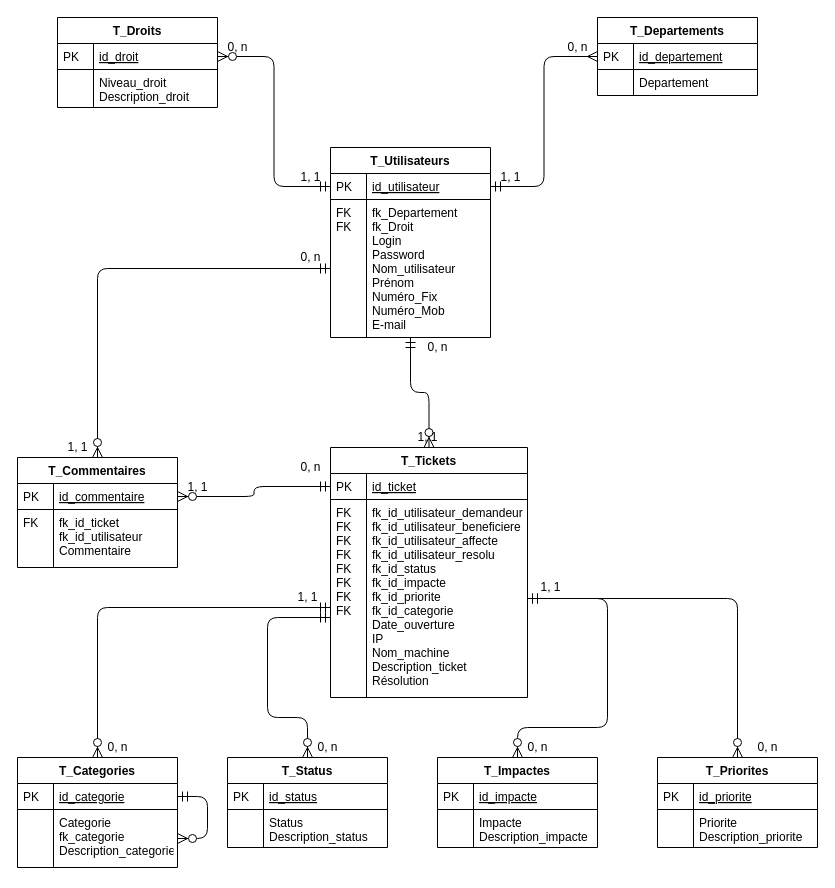
This is Base de données/MLD_MPTicket.drawio from Hero-Chan/Projet_Ticketing, a draw.io file, before an edit. Source tidied: cells renumbered, new cells numbered last; positions are measured from the earlier drawing's top-left corner, leaving out a move shared by most shapes. Both pictures are drawn from the tidied source at 100%, with x=0, y=0 at pixel (17, 17).
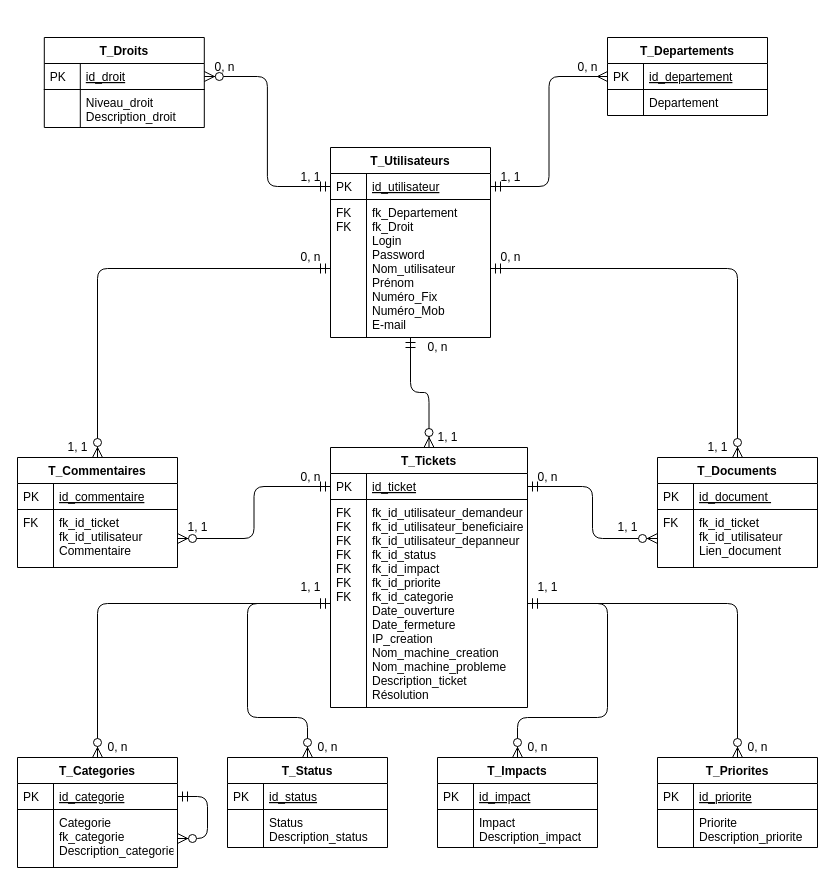
The same page after the edit.

Commit message:
Mettre à jour MLD_MPTicket.drawio

Unchanged cells that the change refers to:
```xml
<mxCell id="10" value="fk_Departement&#10;fk_Droit&#10;Login&#10;Password&#10;Nom_utilisateur&#10;Prénom&#10;Numéro_Fix&#10;Numéro_Mob&#10;E-mail" style="shape=partialRectangle;top=0;left=0;right=0;bottom=0;align=left;verticalAlign=top;fillColor=none;spacingLeft=40;spacingRight=4;overflow=hidden;points=[[0,0.5],[1,0.5]];portConstraint=eastwest;rounded=0;shadow=0;strokeWidth=1;" parent="7" vertex="1">
  <mxGeometry y="52" width="160" height="138" as="geometry" />
</mxCell>
<mxCell id="14" value="id_ticket" style="shape=partialRectangle;top=0;left=0;right=0;bottom=1;align=left;verticalAlign=top;fillColor=none;spacingLeft=40;spacingRight=4;overflow=hidden;points=[[0,0.5],[1,0.5]];portConstraint=eastwest;rounded=0;shadow=0;strokeWidth=1;fontStyle=4;" parent="13" vertex="1">
  <mxGeometry y="26" width="197" height="26" as="geometry" />
</mxCell>
<mxCell id="25" value="T_Categories" style="swimlane;fontStyle=1;horizontal=1;startSize=26;rounded=0;shadow=0;strokeWidth=1;" parent="1" vertex="1">
  <mxGeometry y="740" width="160" height="110" as="geometry" />
</mxCell>
<mxCell id="32" value="id_commentaire" style="shape=partialRectangle;top=0;left=0;right=0;bottom=1;align=left;verticalAlign=top;fillColor=none;spacingLeft=40;spacingRight=4;overflow=hidden;points=[[0,0.5],[1,0.5]];portConstraint=eastwest;rounded=0;shadow=0;strokeWidth=1;fontStyle=4;" parent="31" vertex="1">
  <mxGeometry y="26" width="160" height="26" as="geometry" />
</mxCell>
<mxCell id="34" value="fk_id_ticket&#10;fk_id_utilisateur&#10;Commentaire" style="shape=partialRectangle;top=0;left=0;right=0;bottom=0;align=left;verticalAlign=top;fillColor=none;spacingLeft=40;spacingRight=4;overflow=hidden;points=[[0,0.5],[1,0.5]];portConstraint=eastwest;rounded=0;shadow=0;strokeWidth=1;" parent="31" vertex="1">
  <mxGeometry y="52" width="160" height="58" as="geometry" />
</mxCell>
<mxCell id="66" value="T_Status" style="swimlane;fontStyle=1;horizontal=1;startSize=26;rounded=0;shadow=0;strokeWidth=1;" parent="1" vertex="1">
  <mxGeometry x="210" y="740" width="160" height="90" as="geometry" />
</mxCell>
```

What changed in the source:
```diff
@@
     <mxCell id="2" value="T_Departements" style="swimlane;fontStyle=1;horizontal=1;startSize=26;rounded=0;shadow=0;strokeWidth=1;" parent="1" vertex="1">
-      <mxGeometry x="580" width="160" height="78" as="geometry" />
+      <mxGeometry x="590" y="20" width="160" height="78" as="geometry" />
     </mxCell>
@@
     <mxCell id="13" value="T_Tickets" style="swimlane;fontStyle=1;horizontal=1;startSize=26;rounded=0;shadow=0;strokeWidth=1;" parent="1" vertex="1">
-      <mxGeometry x="313" y="430" width="197" height="250" as="geometry" />
+      <mxGeometry x="313" y="430" width="197" height="260" as="geometry" />
     </mxCell>
@@
-    <mxCell id="16" value="fk_id_utilisateur_demandeur&#10;fk_id_utilisateur_beneficiere&#10;fk_id_utilisateur_affecte&#10;fk_id_utilisateur_resolu&#10;fk_id_status&#10;fk_id_impacte&#10;fk_id_priorite&#10;fk_id_categorie&#10;Date_ouverture&#10;IP&#10;Nom_machine&#10;Description_ticket&#10;Résolution" style="shape=partialRectangle;top=0;left=0;right=0;bottom=0;align=left;verticalAlign=top;fillColor=none;spacingLeft=40;spacingRight=4;overflow=hidden;points=[[0,0.5],[1,0.5]];portConstraint=eastwest;rounded=0;shadow=0;strokeWidth=1;" parent="13" vertex="1">
-      <mxGeometry y="52" width="197" height="198" as="geometry" />
+    <mxCell id="16" value="fk_id_utilisateur_demandeur&#10;fk_id_utilisateur_beneficiaire&#10;fk_id_utilisateur_depanneur&#10;fk_id_status&#10;fk_id_impact&#10;fk_id_priorite&#10;fk_id_categorie&#10;Date_ouverture&#10;Date_fermeture&#10;IP_creation&#10;Nom_machine_creation&#10;Nom_machine_probleme&#10;Description_ticket&#10;Résolution" style="shape=partialRectangle;top=0;left=0;right=0;bottom=0;align=left;verticalAlign=top;fillColor=none;spacingLeft=40;spacingRight=4;overflow=hidden;points=[[0,0.5],[1,0.5]];portConstraint=eastwest;rounded=0;shadow=0;strokeWidth=1;" parent="13" vertex="1">
+      <mxGeometry y="52" width="197" height="208" as="geometry" />
     </mxCell>
-    <mxCell id="17" value="FK&#10;FK&#10;FK&#10;FK&#10;FK&#10;FK&#10;FK&#10;FK" style="shape=partialRectangle;top=0;left=0;bottom=0;fillColor=none;align=left;verticalAlign=top;spacingLeft=4;spacingRight=4;overflow=hidden;" parent="16" vertex="1">
-      <mxGeometry width="36" height="198" as="geometry" />
+    <mxCell id="17" value="FK&#10;FK&#10;FK&#10;FK&#10;FK&#10;FK&#10;FK" style="shape=partialRectangle;top=0;left=0;bottom=0;fillColor=none;align=left;verticalAlign=top;spacingLeft=4;spacingRight=4;overflow=hidden;" parent="16" vertex="1">
+      <mxGeometry width="36" height="208" as="geometry" />
     </mxCell>
@@
     <mxCell id="19" value="T_Droits" style="swimlane;fontStyle=1;horizontal=1;startSize=26;rounded=0;shadow=0;strokeWidth=1;" parent="1" vertex="1">
-      <mxGeometry x="40" width="160" height="90" as="geometry" />
+      <mxGeometry x="26.8" y="20" width="160" height="90" as="geometry" />
     </mxCell>
@@
-    <mxCell id="36" value="T_Impactes" style="swimlane;fontStyle=1;horizontal=1;startSize=26;rounded=0;shadow=0;strokeWidth=1;" parent="1" vertex="1">
+    <mxCell id="36" value="T_Impacts" style="swimlane;fontStyle=1;horizontal=1;startSize=26;rounded=0;shadow=0;strokeWidth=1;" parent="1" vertex="1">
       <mxGeometry x="420" y="740" width="160" height="90" as="geometry" />
     </mxCell>
-    <mxCell id="37" value="id_impacte" style="shape=partialRectangle;top=0;left=0;right=0;bottom=1;align=left;verticalAlign=top;fillColor=none;spacingLeft=40;spacingRight=4;overflow=hidden;rounded=0;shadow=0;strokeWidth=1;fontStyle=4;" parent="36" vertex="1">
+    <mxCell id="37" value="id_impact" style="shape=partialRectangle;top=0;left=0;right=0;bottom=1;align=left;verticalAlign=top;fillColor=none;spacingLeft=40;spacingRight=4;overflow=hidden;rounded=0;shadow=0;strokeWidth=1;fontStyle=4;" parent="36" vertex="1">
       <mxGeometry y="26" width="160" height="26" as="geometry" />
     </mxCell>
@@
-    <mxCell id="39" value="Impacte&#10;Description_impacte" style="shape=partialRectangle;top=0;left=0;right=0;bottom=0;align=left;verticalAlign=top;fillColor=none;spacingLeft=40;spacingRight=4;overflow=hidden;rounded=0;shadow=0;strokeWidth=1;" parent="36" vertex="1">
+    <mxCell id="39" value="Impact&#10;Description_impact" style="shape=partialRectangle;top=0;left=0;right=0;bottom=0;align=left;verticalAlign=top;fillColor=none;spacingLeft=40;spacingRight=4;overflow=hidden;rounded=0;shadow=0;strokeWidth=1;" parent="36" vertex="1">
       <mxGeometry y="52" width="160" height="38" as="geometry" />
     </mxCell>
@@
-    <mxCell id="46" style="edgeStyle=orthogonalEdgeStyle;endArrow=ERzeroToMany;startArrow=ERmandOne;shadow=0;strokeWidth=1;endSize=8;startSize=8;entryX=0.5;entryY=0;entryDx=0;entryDy=0;" parent="1" edge="1" source="13" target="25">
+    <mxCell id="46" style="edgeStyle=orthogonalEdgeStyle;endArrow=ERzeroToMany;startArrow=ERmandOne;shadow=0;strokeWidth=1;endSize=8;startSize=8;entryX=0.5;entryY=0;entryDx=0;entryDy=0;exitX=0;exitY=0.5;exitDx=0;exitDy=0;" parent="1" edge="1" source="16" target="25">
       <mxGeometry relative="1" as="geometry">
         <Array as="points">
-          <mxPoint x="80" y="590" />
+          <mxPoint x="80" y="586" />
         </Array>
       </mxGeometry>
     </mxCell>
-    <mxCell id="47" style="edgeStyle=orthogonalEdgeStyle;endArrow=ERzeroToMany;startArrow=ERmandOne;shadow=0;strokeWidth=1;endSize=8;startSize=8;exitX=0;exitY=0.5;exitDx=0;exitDy=0;" parent="1" edge="1" source="14" target="32">
+    <mxCell id="47" style="edgeStyle=orthogonalEdgeStyle;endArrow=ERzeroToMany;startArrow=ERmandOne;shadow=0;strokeWidth=1;endSize=8;startSize=8;exitX=0;exitY=0.5;exitDx=0;exitDy=0;entryX=1;entryY=0.5;entryDx=0;entryDy=0;" parent="1" edge="1" source="14" target="34">
       <mxGeometry relative="1" as="geometry" />
     </mxCell>
     <mxCell id="48" style="edgeStyle=orthogonalEdgeStyle;endArrow=ERzeroToMany;startArrow=ERmandOne;shadow=0;strokeWidth=1;endSize=8;startSize=8;entryX=0.5;entryY=0;entryDx=0;entryDy=0;exitX=1;exitY=0.5;exitDx=0;exitDy=0;" parent="1" edge="1" source="16" target="36">
       <mxGeometry relative="1" as="geometry">
         <Array as="points">
-          <mxPoint x="590" y="581" />
-          <mxPoint x="590" y="710" />
-          <mxPoint x="500" y="710" />
+          <mxPoint x="590" y="586" />
+          <mxPoint x="590" y="700" />
+          <mxPoint x="500" y="700" />
         </Array>
       </mxGeometry>
     </mxCell>
@@
     <mxCell id="50" value="1, 1" style="text;html=1;align=center;verticalAlign=middle;" parent="1" vertex="1">
-      <mxGeometry x="160" y="460" width="40" height="20" as="geometry" />
+      <mxGeometry x="160" y="500" width="40" height="20" as="geometry" />
     </mxCell>
     <mxCell id="51" value="1, 1" style="text;html=1;align=center;verticalAlign=middle;" parent="1" vertex="1">
-      <mxGeometry x="513" y="560" width="40" height="20" as="geometry" />
+      <mxGeometry x="510" y="560" width="40" height="20" as="geometry" />
     </mxCell>
     <mxCell id="52" value="1, 1" style="text;html=1;align=center;verticalAlign=middle;" parent="1" vertex="1">
-      <mxGeometry x="390" y="410" width="40" height="20" as="geometry" />
+      <mxGeometry x="410" y="410" width="40" height="20" as="geometry" />
     </mxCell>
@@
     <mxCell id="55" value="0, n" style="text;html=1;align=center;verticalAlign=middle;" parent="1" vertex="1">
-      <mxGeometry x="200" y="20" width="40" height="20" as="geometry" />
+      <mxGeometry x="186.8" y="40" width="40" height="20" as="geometry" />
     </mxCell>
     <mxCell id="56" value="0, n" style="text;html=1;align=center;verticalAlign=middle;" parent="1" vertex="1">
-      <mxGeometry x="540" y="20" width="40" height="20" as="geometry" />
+      <mxGeometry x="550" y="40" width="40" height="20" as="geometry" />
     </mxCell>
     <mxCell id="57" value="0, n" style="text;html=1;align=center;verticalAlign=middle;" parent="1" vertex="1">
-      <mxGeometry x="273" y="440" width="40" height="20" as="geometry" />
+      <mxGeometry x="273" y="450" width="40" height="20" as="geometry" />
     </mxCell>
@@
     <mxCell id="60" value="0, n" style="text;html=1;align=center;verticalAlign=middle;" parent="1" vertex="1">
-      <mxGeometry x="730" y="720" width="40" height="20" as="geometry" />
+      <mxGeometry x="720" y="720" width="40" height="20" as="geometry" />
     </mxCell>
@@
     <mxCell id="65" value="1, 1" style="text;html=1;align=center;verticalAlign=middle;" parent="1" vertex="1">
-      <mxGeometry x="270" y="570" width="40" height="20" as="geometry" />
+      <mxGeometry x="273" y="560" width="40" height="20" as="geometry" />
     </mxCell>
@@
-    <mxCell id="71" style="edgeStyle=orthogonalEdgeStyle;endArrow=ERzeroToMany;startArrow=ERmandOne;shadow=0;strokeWidth=1;endSize=8;startSize=8;entryX=0.5;entryY=0;entryDx=0;entryDy=0;" parent="1" edge="1" source="13" target="66">
+    <mxCell id="71" style="edgeStyle=orthogonalEdgeStyle;endArrow=ERzeroToMany;startArrow=ERmandOne;shadow=0;strokeWidth=1;endSize=8;startSize=8;entryX=0.5;entryY=0;entryDx=0;entryDy=0;exitX=0;exitY=0.5;exitDx=0;exitDy=0;" parent="1" edge="1" source="16" target="66">
       <mxGeometry relative="1" as="geometry">
         <Array as="points">
-          <mxPoint x="250" y="600" />
-          <mxPoint x="250" y="700" />
+          <mxPoint x="230" y="586" />
+          <mxPoint x="230" y="700" />
           <mxPoint x="290" y="700" />
         </Array>
       </mxGeometry>
     </mxCell>
@@
+    <mxCell id="73" value="T_Documents" style="swimlane;fontStyle=1;horizontal=1;startSize=26;rounded=0;shadow=0;strokeWidth=1;" parent="1" vertex="1">
+      <mxGeometry x="640" y="440" width="160" height="110" as="geometry" />
+    </mxCell>
+    <mxCell id="74" value="id_document " style="shape=partialRectangle;top=0;left=0;right=0;bottom=1;align=left;verticalAlign=top;fillColor=none;spacingLeft=40;spacingRight=4;overflow=hidden;rounded=0;shadow=0;strokeWidth=1;fontStyle=4;" parent="73" vertex="1">
+      <mxGeometry y="26" width="160" height="26" as="geometry" />
+    </mxCell>
+    <mxCell id="75" value="PK" style="shape=partialRectangle;top=0;left=0;bottom=0;fillColor=none;align=left;verticalAlign=top;spacingLeft=4;spacingRight=4;overflow=hidden;" parent="74" vertex="1">
+      <mxGeometry width="36" height="26" as="geometry" />
+    </mxCell>
+    <mxCell id="76" value="fk_id_ticket&#10;fk_id_utilisateur&#10;Lien_document" style="shape=partialRectangle;top=0;left=0;right=0;bottom=0;align=left;verticalAlign=top;fillColor=none;spacingLeft=40;spacingRight=4;overflow=hidden;points=[[0,0.5],[1,0.5]];portConstraint=eastwest;rounded=0;shadow=0;strokeWidth=1;" parent="73" vertex="1">
+      <mxGeometry y="52" width="160" height="58" as="geometry" />
+    </mxCell>
+    <mxCell id="77" value="FK" style="shape=partialRectangle;top=0;left=0;bottom=0;fillColor=none;align=left;verticalAlign=top;spacingLeft=4;spacingRight=4;overflow=hidden;" parent="76" vertex="1">
+      <mxGeometry width="36" height="58" as="geometry" />
+    </mxCell>
+    <mxCell id="78" value="1, 1" style="text;html=1;align=center;verticalAlign=middle;" parent="1" vertex="1">
+      <mxGeometry x="590" y="500" width="40" height="20" as="geometry" />
+    </mxCell>
+    <mxCell id="79" value="1, 1" style="text;html=1;align=center;verticalAlign=middle;" parent="1" vertex="1">
+      <mxGeometry x="680" y="420" width="40" height="20" as="geometry" />
+    </mxCell>
+    <mxCell id="80" style="edgeStyle=orthogonalEdgeStyle;endArrow=ERzeroToMany;startArrow=ERmandOne;shadow=0;strokeWidth=1;endSize=8;startSize=8;fontStyle=1;exitX=1;exitY=0.5;exitDx=0;exitDy=0;entryX=0.5;entryY=0;entryDx=0;entryDy=0;" parent="1" edge="1" source="10" target="73">
+      <mxGeometry relative="1" as="geometry">
+        <Array as="points">
+          <mxPoint x="720" y="251" />
+        </Array>
+      </mxGeometry>
+    </mxCell>
+    <mxCell id="81" style="edgeStyle=orthogonalEdgeStyle;endArrow=ERzeroToMany;startArrow=ERmandOne;shadow=0;strokeWidth=1;endSize=8;startSize=8;exitX=1;exitY=0.5;exitDx=0;exitDy=0;entryX=0;entryY=0.5;entryDx=0;entryDy=0;" parent="1" edge="1" source="14" target="76">
+      <mxGeometry relative="1" as="geometry" />
+    </mxCell>
+    <mxCell id="82" value="0, n" style="text;html=1;align=center;verticalAlign=middle;" parent="1" vertex="1">
+      <mxGeometry x="510" y="450" width="40" height="20" as="geometry" />
+    </mxCell>
+    <mxCell id="83" value="0, n" style="text;html=1;align=center;verticalAlign=middle;" parent="1" vertex="1">
+      <mxGeometry x="473" y="230" width="40" height="20" as="geometry" />
+    </mxCell>
```
